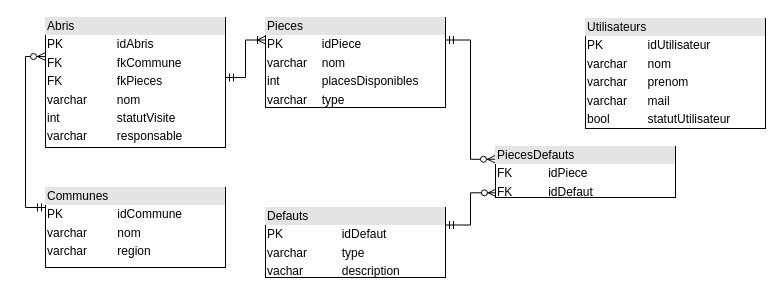
Above: annexes/annexe production/mldV3.drawio in Pedroletti-Michael/PreTPI (draw.io), before the change. Source tidied: cells renumbered, new cells numbered last; positions are measured from the earlier drawing's top-left corner, leaving out a move shared by most shapes. Both pictures are drawn from the tidied source at 100%, with x=0, y=0 at pixel (45, 17).
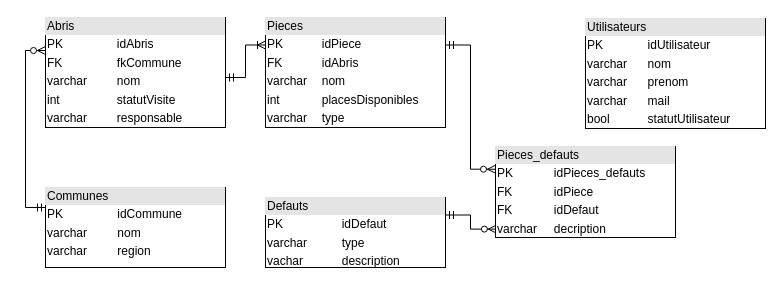
After the change.

Change to the diagram source:
```diff
@@
 <mxGraphModel>
   <root>
     <mxCell id="0" />
     <mxCell id="1" parent="0" />
     <mxCell id="2" style="edgeStyle=orthogonalEdgeStyle;rounded=0;jettySize=auto;html=1;exitX=0;exitY=0.3;exitDx=0;exitDy=0;entryX=0;entryY=0.25;entryDx=0;entryDy=0;endArrow=ERmandOne;endFill=0;startArrow=ERzeroToMany;startFill=1;exitPerimeter=0;" parent="1" edge="1" source="3" target="4">
       <mxGeometry relative="1" as="geometry" />
     </mxCell>
-    <mxCell id="3" value="&lt;div style=&quot;box-sizing: border-box ; width: 100% ; background: #e4e4e4 ; padding: 2px&quot;&gt;Abris&lt;/div&gt;&lt;table style=&quot;width: 100% ; font-size: 1em&quot; cellpadding=&quot;2&quot; cellspacing=&quot;0&quot;&gt;&lt;tbody&gt;&lt;tr&gt;&lt;td&gt;PK&lt;/td&gt;&lt;td&gt;idAbris&lt;/td&gt;&lt;/tr&gt;&lt;tr&gt;&lt;td&gt;FK&lt;/td&gt;&lt;td&gt;fkCommune&lt;br&gt;&lt;/td&gt;&lt;/tr&gt;&lt;tr&gt;&lt;td&gt;FK&lt;/td&gt;&lt;td&gt;fkPieces&lt;/td&gt;&lt;/tr&gt;&lt;tr&gt;&lt;td&gt;varchar&lt;/td&gt;&lt;td&gt;nom&lt;br&gt;&lt;/td&gt;&lt;/tr&gt;&lt;tr&gt;&lt;td&gt;int&lt;/td&gt;&lt;td&gt;statutVisite&lt;/td&gt;&lt;/tr&gt;&lt;tr&gt;&lt;td&gt;varchar&lt;/td&gt;&lt;td&gt;responsable&lt;/td&gt;&lt;/tr&gt;&lt;/tbody&gt;&lt;/table&gt;" style="verticalAlign=top;align=left;overflow=fill;html=1;" parent="1" vertex="1">
-      <mxGeometry width="180" height="130" as="geometry" />
+    <mxCell id="3" value="&lt;div style=&quot;box-sizing: border-box ; width: 100% ; background: #e4e4e4 ; padding: 2px&quot;&gt;Abris&lt;/div&gt;&lt;table style=&quot;width: 100% ; font-size: 1em&quot; cellpadding=&quot;2&quot; cellspacing=&quot;0&quot;&gt;&lt;tbody&gt;&lt;tr&gt;&lt;td&gt;PK&lt;/td&gt;&lt;td&gt;idAbris&lt;/td&gt;&lt;/tr&gt;&lt;tr&gt;&lt;td&gt;FK&lt;/td&gt;&lt;td&gt;fkCommune&lt;br&gt;&lt;/td&gt;&lt;/tr&gt;&lt;tr&gt;&lt;td&gt;varchar&lt;/td&gt;&lt;td&gt;nom&lt;br&gt;&lt;/td&gt;&lt;/tr&gt;&lt;tr&gt;&lt;td&gt;int&lt;/td&gt;&lt;td&gt;statutVisite&lt;/td&gt;&lt;/tr&gt;&lt;tr&gt;&lt;td&gt;varchar&lt;/td&gt;&lt;td&gt;responsable&lt;/td&gt;&lt;/tr&gt;&lt;/tbody&gt;&lt;/table&gt;" style="verticalAlign=top;align=left;overflow=fill;html=1;" parent="1" vertex="1">
+      <mxGeometry width="180" height="110" as="geometry" />
     </mxCell>
     <mxCell id="4" value="&lt;div style=&quot;box-sizing: border-box ; width: 100% ; background: #e4e4e4 ; padding: 2px&quot;&gt;Communes&lt;/div&gt;&lt;table style=&quot;width: 100% ; font-size: 1em&quot; cellpadding=&quot;2&quot; cellspacing=&quot;0&quot;&gt;&lt;tbody&gt;&lt;tr&gt;&lt;td&gt;PK&lt;/td&gt;&lt;td&gt;idCommune&lt;/td&gt;&lt;/tr&gt;&lt;tr&gt;&lt;td&gt;varchar&lt;/td&gt;&lt;td&gt;nom&lt;/td&gt;&lt;/tr&gt;&lt;tr&gt;&lt;td&gt;varchar&lt;/td&gt;&lt;td&gt;region&lt;/td&gt;&lt;/tr&gt;&lt;/tbody&gt;&lt;/table&gt;" style="verticalAlign=top;align=left;overflow=fill;html=1;" parent="1" vertex="1">
       <mxGeometry y="170" width="180" height="80" as="geometry" />
     </mxCell>
     <mxCell id="5" style="edgeStyle=orthogonalEdgeStyle;rounded=0;jettySize=auto;html=1;exitX=0;exitY=0.25;exitDx=0;exitDy=0;startArrow=ERoneToMany;startFill=0;endArrow=ERmandOne;endFill=0;" parent="1" edge="1" source="6">
       <mxGeometry relative="1" as="geometry">
         <mxPoint x="180" y="60" as="targetPoint" />
         <Array as="points">
-          <mxPoint x="200" y="23" />
+          <mxPoint x="200" y="28" />
           <mxPoint x="200" y="60" />
         </Array>
       </mxGeometry>
     </mxCell>
-    <mxCell id="6" value="&lt;div style=&quot;box-sizing: border-box ; width: 100% ; background: #e4e4e4 ; padding: 2px&quot;&gt;Pieces&lt;/div&gt;&lt;table style=&quot;width: 100% ; font-size: 1em&quot; cellpadding=&quot;2&quot; cellspacing=&quot;0&quot;&gt;&lt;tbody&gt;&lt;tr&gt;&lt;td&gt;PK&lt;/td&gt;&lt;td&gt;idPiece&lt;/td&gt;&lt;/tr&gt;&lt;tr&gt;&lt;td&gt;varchar&lt;/td&gt;&lt;td&gt;nom&lt;/td&gt;&lt;/tr&gt;&lt;tr&gt;&lt;td&gt;int&lt;/td&gt;&lt;td&gt;placesDisponibles&lt;/td&gt;&lt;/tr&gt;&lt;tr&gt;&lt;td&gt;varchar&lt;/td&gt;&lt;td&gt;type&lt;/td&gt;&lt;/tr&gt;&lt;/tbody&gt;&lt;/table&gt;" style="verticalAlign=top;align=left;overflow=fill;html=1;" parent="1" vertex="1">
-      <mxGeometry x="220" width="180" height="90" as="geometry" />
+    <mxCell id="6" value="&lt;div style=&quot;box-sizing: border-box ; width: 100% ; background: #e4e4e4 ; padding: 2px&quot;&gt;Pieces&lt;/div&gt;&lt;table style=&quot;width: 100% ; font-size: 1em&quot; cellpadding=&quot;2&quot; cellspacing=&quot;0&quot;&gt;&lt;tbody&gt;&lt;tr&gt;&lt;td&gt;PK&lt;/td&gt;&lt;td&gt;idPiece&lt;/td&gt;&lt;/tr&gt;&lt;tr&gt;&lt;td&gt;FK&lt;/td&gt;&lt;td&gt;idAbris&lt;/td&gt;&lt;/tr&gt;&lt;tr&gt;&lt;td&gt;varchar&lt;/td&gt;&lt;td&gt;nom&lt;/td&gt;&lt;/tr&gt;&lt;tr&gt;&lt;td&gt;int&lt;/td&gt;&lt;td&gt;placesDisponibles&lt;/td&gt;&lt;/tr&gt;&lt;tr&gt;&lt;td&gt;varchar&lt;/td&gt;&lt;td&gt;type&lt;/td&gt;&lt;/tr&gt;&lt;/tbody&gt;&lt;/table&gt;" style="verticalAlign=top;align=left;overflow=fill;html=1;" parent="1" vertex="1">
+      <mxGeometry x="220" width="180" height="110" as="geometry" />
     </mxCell>
     <mxCell id="7" style="edgeStyle=orthogonalEdgeStyle;rounded=0;jettySize=auto;html=1;exitX=1;exitY=0.25;exitDx=0;exitDy=0;entryX=0.005;entryY=0.908;entryDx=0;entryDy=0;entryPerimeter=0;endArrow=ERzeroToMany;endFill=1;startArrow=ERmandOne;startFill=0;" parent="1" edge="1" source="8" target="11">
       <mxGeometry relative="1" as="geometry" />
     </mxCell>
     <mxCell id="8" value="&lt;div style=&quot;box-sizing: border-box ; width: 100% ; background: #e4e4e4 ; padding: 2px&quot;&gt;Defauts&lt;/div&gt;&lt;table style=&quot;width: 100% ; font-size: 1em&quot; cellpadding=&quot;2&quot; cellspacing=&quot;0&quot;&gt;&lt;tbody&gt;&lt;tr&gt;&lt;td&gt;PK&lt;/td&gt;&lt;td&gt;idDefaut&lt;/td&gt;&lt;/tr&gt;&lt;tr&gt;&lt;td&gt;varchar&lt;/td&gt;&lt;td&gt;type&lt;/td&gt;&lt;/tr&gt;&lt;tr&gt;&lt;td&gt;vachar&lt;/td&gt;&lt;td&gt;description&lt;/td&gt;&lt;/tr&gt;&lt;/tbody&gt;&lt;/table&gt;" style="verticalAlign=top;align=left;overflow=fill;html=1;" parent="1" vertex="1">
-      <mxGeometry x="220" y="190" width="180" height="70" as="geometry" />
+      <mxGeometry x="220" y="180" width="180" height="70" as="geometry" />
     </mxCell>
     <mxCell id="9" value="&lt;div style=&quot;box-sizing: border-box ; width: 100% ; background: #e4e4e4 ; padding: 2px&quot;&gt;Utilisateurs&lt;/div&gt;&lt;table style=&quot;width: 100% ; font-size: 1em&quot; cellpadding=&quot;2&quot; cellspacing=&quot;0&quot;&gt;&lt;tbody&gt;&lt;tr&gt;&lt;td&gt;PK&lt;/td&gt;&lt;td&gt;idUtilisateur&lt;/td&gt;&lt;/tr&gt;&lt;tr&gt;&lt;td&gt;varchar&lt;/td&gt;&lt;td&gt;nom&lt;/td&gt;&lt;/tr&gt;&lt;tr&gt;&lt;td&gt;varchar&lt;/td&gt;&lt;td&gt;prenom&lt;/td&gt;&lt;/tr&gt;&lt;tr&gt;&lt;td&gt;varchar&lt;/td&gt;&lt;td&gt;mail&lt;/td&gt;&lt;/tr&gt;&lt;tr&gt;&lt;td&gt;bool&lt;/td&gt;&lt;td&gt;statutUtilisateur&lt;/td&gt;&lt;/tr&gt;&lt;/tbody&gt;&lt;/table&gt;" style="verticalAlign=top;align=left;overflow=fill;html=1;" parent="1" vertex="1">
       <mxGeometry x="540" y="1" width="180" height="110" as="geometry" />
     </mxCell>
     <mxCell id="10" style="edgeStyle=orthogonalEdgeStyle;rounded=0;jettySize=auto;html=1;exitX=0;exitY=0.25;exitDx=0;exitDy=0;entryX=1;entryY=0.25;entryDx=0;entryDy=0;startArrow=ERzeroToMany;startFill=1;endArrow=ERmandOne;endFill=0;" parent="1" edge="1" source="11" target="6">
       <mxGeometry relative="1" as="geometry" />
     </mxCell>
-    <mxCell id="11" value="&lt;div style=&quot;box-sizing: border-box ; width: 100% ; background: #e4e4e4 ; padding: 2px&quot;&gt;PiecesDefauts&lt;/div&gt;&lt;table style=&quot;width: 100% ; font-size: 1em&quot; cellpadding=&quot;2&quot; cellspacing=&quot;0&quot;&gt;&lt;tbody&gt;&lt;tr&gt;&lt;td&gt;FK&lt;/td&gt;&lt;td&gt;idPiece&lt;/td&gt;&lt;/tr&gt;&lt;tr&gt;&lt;td&gt;FK&lt;/td&gt;&lt;td&gt;idDefaut&lt;/td&gt;&lt;/tr&gt;&lt;/tbody&gt;&lt;/table&gt;" style="verticalAlign=top;align=left;overflow=fill;html=1;" parent="1" vertex="1">
-      <mxGeometry x="450" y="129" width="180" height="51" as="geometry" />
+    <mxCell id="11" value="&lt;div style=&quot;box-sizing: border-box ; width: 100% ; background: #e4e4e4 ; padding: 2px&quot;&gt;Pieces_defauts&lt;/div&gt;&lt;table style=&quot;width: 100% ; font-size: 1em&quot; cellpadding=&quot;2&quot; cellspacing=&quot;0&quot;&gt;&lt;tbody&gt;&lt;tr&gt;&lt;td&gt;PK&lt;/td&gt;&lt;td&gt;idPieces_defauts&lt;/td&gt;&lt;/tr&gt;&lt;tr&gt;&lt;td&gt;FK&lt;/td&gt;&lt;td&gt;idPiece&lt;/td&gt;&lt;/tr&gt;&lt;tr&gt;&lt;td&gt;FK&lt;/td&gt;&lt;td&gt;idDefaut&lt;/td&gt;&lt;/tr&gt;&lt;tr&gt;&lt;td&gt;varchar&lt;/td&gt;&lt;td&gt;decription&lt;/td&gt;&lt;/tr&gt;&lt;/tbody&gt;&lt;/table&gt;" style="verticalAlign=top;align=left;overflow=fill;html=1;" parent="1" vertex="1">
+      <mxGeometry x="450" y="129" width="180" height="91" as="geometry" />
     </mxCell>
   </root>
 </mxGraphModel>
```
